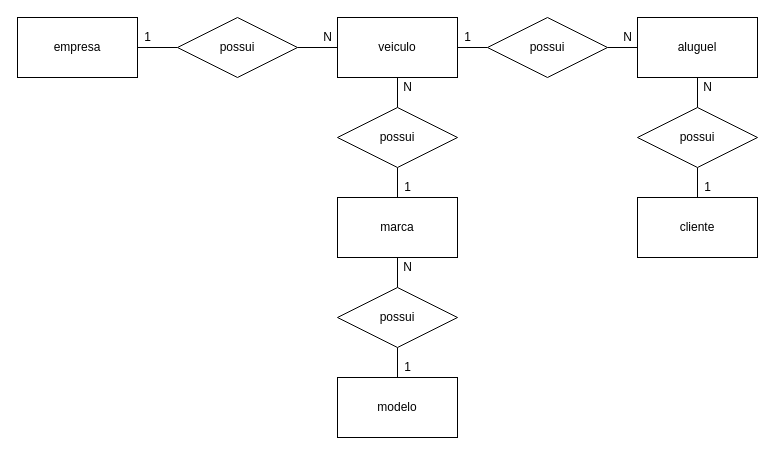
Earlier version of the draw.io diagram page "Conceitual" (1 of 2) of exercicios/1.2-exercicio-locadora/Modelagem/1.2-exercicio-locadora.drawio (LimaGustav/senai_sprint1_bd). Source tidied: cells renumbered, new cells numbered last; positions are measured from the earlier drawing's top-left corner, leaving out a move shared by most shapes. Both pictures are drawn from the tidied source at 100%, with x=0, y=0 at pixel (17, 17).
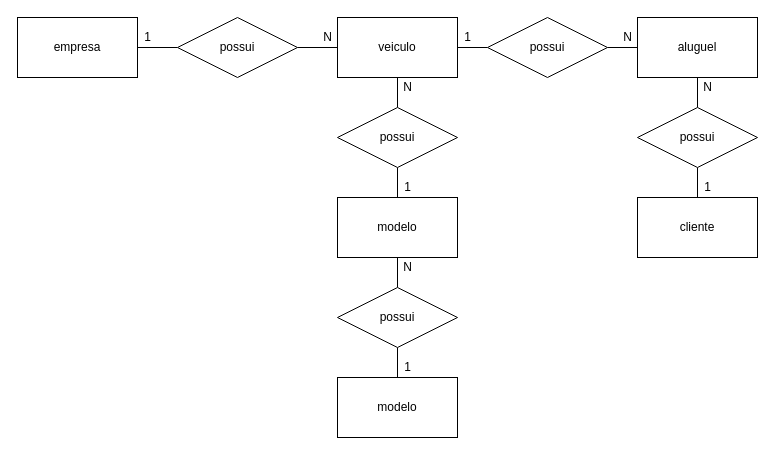
The same page after the edit.

What changed in the source:
```diff
@@
-    <mxCell id="7" value="marca" style="whiteSpace=wrap;html=1;" parent="1" vertex="1">
+    <mxCell id="7" value="modelo" style="whiteSpace=wrap;html=1;" parent="1" vertex="1">
       <mxGeometry x="320" y="180" width="120" height="60" as="geometry" />
     </mxCell>
```
